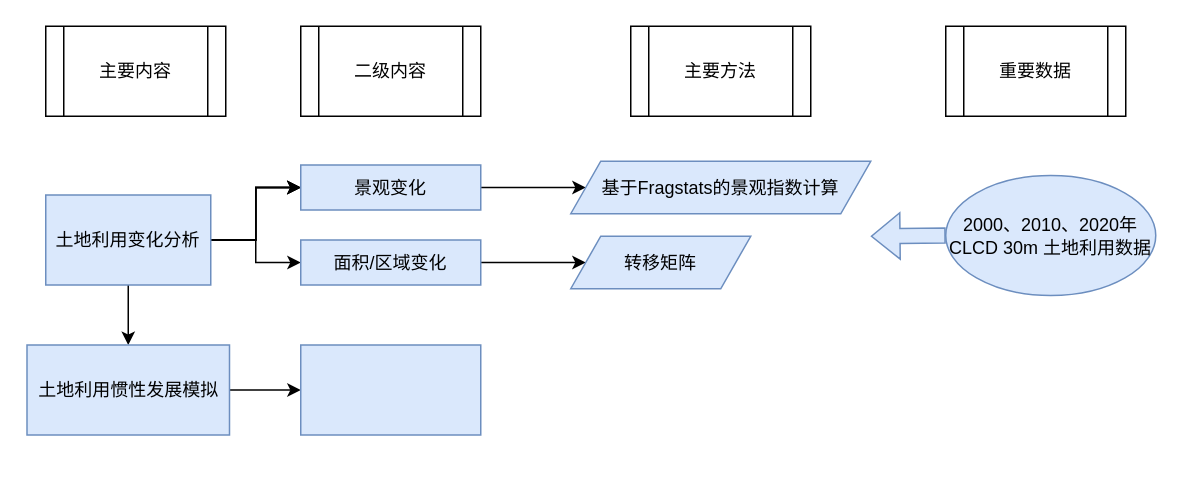
This is 未命名绘图.drawio from Shaolin-Wu/hello-world, a draw.io file, before an edit. Source tidied: cells renumbered, new cells numbered last; positions are measured from the earlier drawing's top-left corner, leaving out a move shared by most shapes. Both pictures are drawn from the tidied source at 150%, with x=0, y=0 at pixel (27, 26).
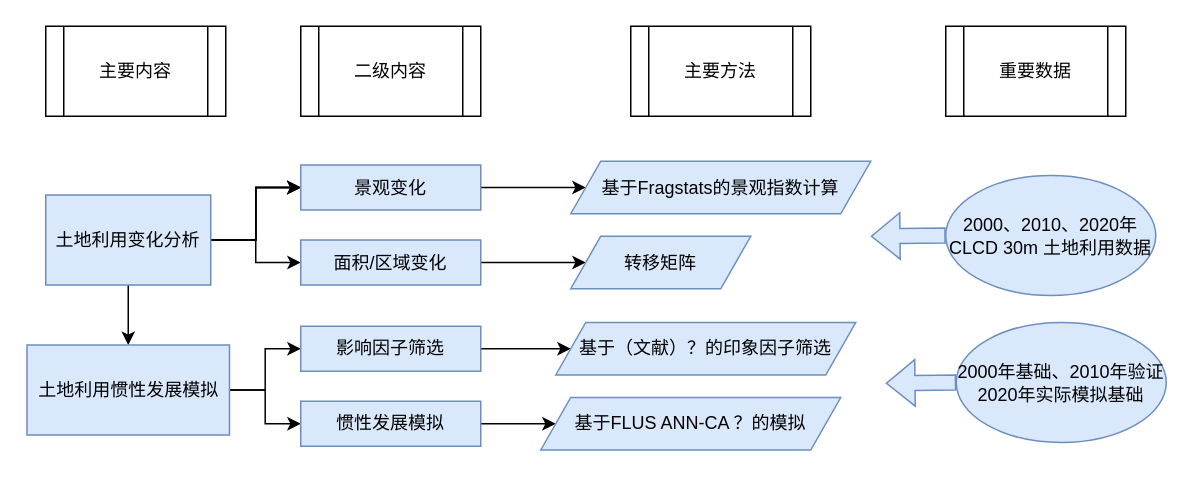
Above is the later version.

Commit message (it also covers changes not shown here):
更新未命名绘图.drawio

Unchanged cells that the change refers to:
```xml
<mxCell id="16" value="土地利用惯性发展模拟" style="whiteSpace=wrap;html=1;fillColor=#dae8fc;strokeColor=#6c8ebf;rounded=0;" parent="1" vertex="1">
  <mxGeometry x="-0.5" y="212.5" width="135" height="60" as="geometry" />
</mxCell>
```

What changed in the source:
```diff
@@
+    <mxCell id="24" style="edgeStyle=orthogonalEdgeStyle;rounded=0;jettySize=auto;html=1;exitX=1;exitY=0.5;exitDx=0;exitDy=0;entryX=0;entryY=0.5;entryDx=0;entryDy=0;" parent="1" edge="1" source="16" target="27">
+      <mxGeometry relative="1" as="geometry" />
+    </mxCell>
@@
+    <mxCell id="25" style="edgeStyle=orthogonalEdgeStyle;rounded=0;jettySize=auto;html=1;exitX=1;exitY=0.5;exitDx=0;exitDy=0;" parent="1" edge="1" source="17" target="28">
+      <mxGeometry relative="1" as="geometry" />
+    </mxCell>
-    <mxCell id="17" style="whiteSpace=wrap;html=1;fillColor=#dae8fc;strokeColor=#6c8ebf;rounded=0;" parent="1" vertex="1">
-      <mxGeometry x="182" y="212.5" width="120" height="60" as="geometry" />
+    <mxCell id="17" value="影响因子筛选" style="whiteSpace=wrap;html=1;fillColor=#dae8fc;strokeColor=#6c8ebf;rounded=0;" parent="1" vertex="1">
+      <mxGeometry x="182" y="200" width="120" height="30" as="geometry" />
     </mxCell>
@@
+    <mxCell id="26" style="edgeStyle=orthogonalEdgeStyle;rounded=0;jettySize=auto;html=1;exitX=1;exitY=0.5;exitDx=0;exitDy=0;entryX=0;entryY=0.5;entryDx=0;entryDy=0;" parent="1" edge="1" source="27" target="29">
+      <mxGeometry relative="1" as="geometry" />
+    </mxCell>
+    <mxCell id="27" value="惯性发展模拟" style="whiteSpace=wrap;html=1;fillColor=#dae8fc;strokeColor=#6c8ebf;rounded=0;" parent="1" vertex="1">
+      <mxGeometry x="182" y="250" width="120" height="30" as="geometry" />
+    </mxCell>
+    <mxCell id="28" value="基于（文献）？的印象因子筛选" style="shape=parallelogram;perimeter=parallelogramPerimeter;whiteSpace=wrap;html=1;fixedSize=1;fillColor=#dae8fc;strokeColor=#6c8ebf;rounded=0;" parent="1" vertex="1">
+      <mxGeometry x="352" y="197.5" width="200" height="35" as="geometry" />
+    </mxCell>
+    <mxCell id="29" value="基于FLUS ANN-CA ？的模拟" style="shape=parallelogram;perimeter=parallelogramPerimeter;whiteSpace=wrap;html=1;fixedSize=1;fillColor=#dae8fc;strokeColor=#6c8ebf;rounded=0;" parent="1" vertex="1">
+      <mxGeometry x="342" y="247.5" width="200" height="35" as="geometry" />
+    </mxCell>
+    <mxCell id="30" value="2000年基础、2010年验证&lt;br&gt;2020年实际模拟基础" style="ellipse;whiteSpace=wrap;html=1;fillColor=#dae8fc;strokeColor=#6c8ebf;" parent="1" vertex="1">
+      <mxGeometry x="619" y="197.5" width="140" height="80" as="geometry" />
+    </mxCell>
+    <mxCell id="31" style="shape=flexArrow;endArrow=classic;html=1;rounded=0;exitX=0;exitY=0.5;exitDx=0;exitDy=0;fillColor=#dae8fc;strokeColor=#6c8ebf;" parent="1" edge="1" source="30">
+      <mxGeometry relative="1" as="geometry">
+        <mxPoint x="572" y="238" as="targetPoint" />
+      </mxGeometry>
+    </mxCell>
```
